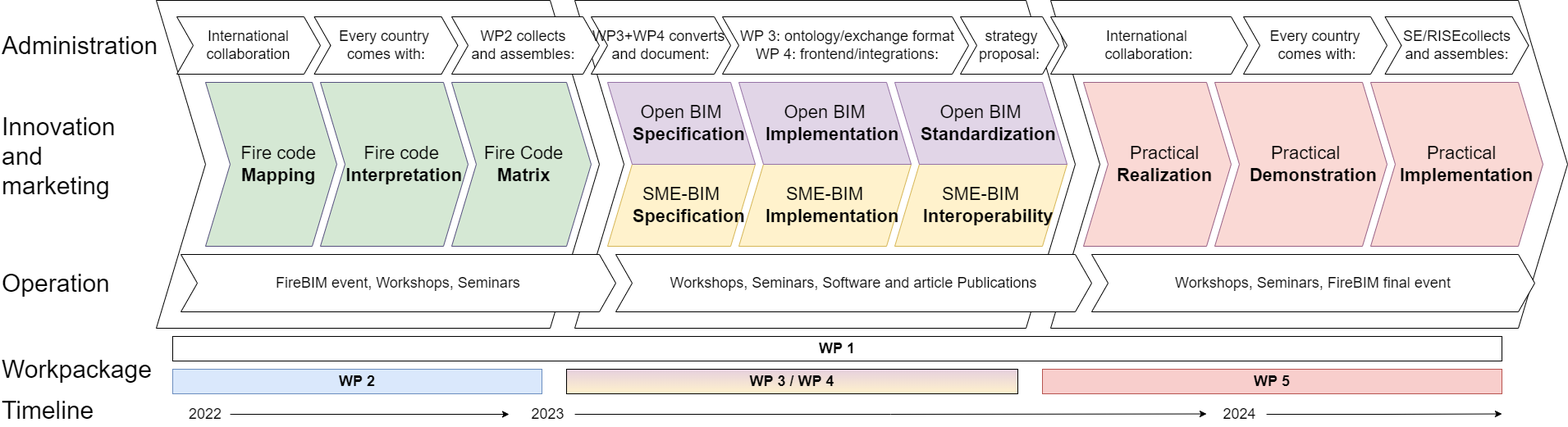
This is diagram/FireBIM.drawio.png from Kristoffernegendahl/fireBIM, a draw.io export, as it was before one commit. Source tidied: cells renumbered, new cells last; positions are measured from the earlier drawing's top-left corner, leaving out a move shared by most shapes.
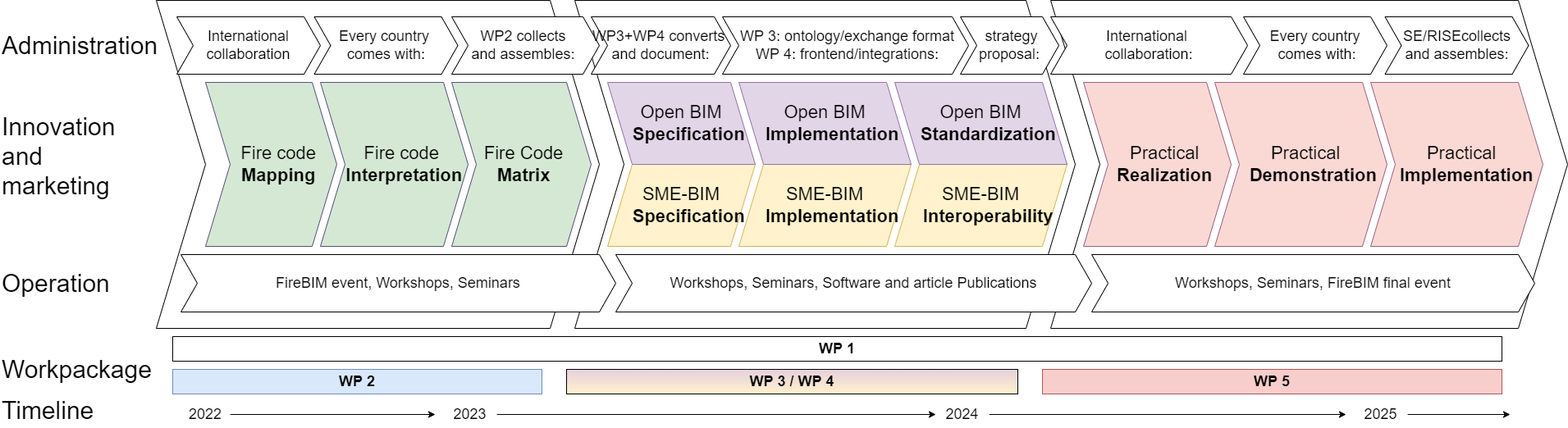
After the commit.

The edit, as a diff of the source:
```diff
@@ -94,7 +94,7 @@
     </mxCell>
     <mxCell id="32" style="edgeStyle=orthogonalEdgeStyle;rounded=0;jettySize=auto;html=1;exitX=1;exitY=0.5;exitDx=0;exitDy=0;" parent="1" edge="1" source="33">
       <mxGeometry relative="1" as="geometry">
-        <mxPoint x="620" y="505" as="targetPoint" />
+        <mxPoint x="530" y="505" as="targetPoint" />
       </mxGeometry>
     </mxCell>
     <mxCell id="33" value="&lt;font style=&quot;font-size: 18px&quot;&gt;2022&lt;/font&gt;" style="shape=step;perimeter=stepPerimeter;whiteSpace=wrap;html=1;fixedSize=1;size=20;strokeColor=none;" parent="1" vertex="1">
@@ -102,19 +102,19 @@
     </mxCell>
     <mxCell id="34" style="edgeStyle=orthogonalEdgeStyle;rounded=0;jettySize=auto;html=1;exitX=1;exitY=0.5;exitDx=0;exitDy=0;" parent="1" edge="1" source="35">
       <mxGeometry relative="1" as="geometry">
-        <mxPoint x="1470" y="504.5" as="targetPoint" />
+        <mxPoint x="1140" y="505" as="targetPoint" />
       </mxGeometry>
     </mxCell>
     <mxCell id="35" value="&lt;font style=&quot;font-size: 18px&quot;&gt;2023&lt;/font&gt;" style="shape=step;perimeter=stepPerimeter;whiteSpace=wrap;html=1;fixedSize=1;size=20;strokeColor=none;" parent="1" vertex="1">
-      <mxGeometry x="635" y="490" width="65" height="30" as="geometry" />
+      <mxGeometry x="540" y="490" width="65" height="30" as="geometry" />
     </mxCell>
     <mxCell id="36" style="edgeStyle=orthogonalEdgeStyle;rounded=0;jettySize=auto;html=1;exitX=1;exitY=0.5;exitDx=0;exitDy=0;" parent="1" edge="1" source="37">
       <mxGeometry relative="1" as="geometry">
-        <mxPoint x="1830" y="504.5" as="targetPoint" />
+        <mxPoint x="1640" y="505" as="targetPoint" />
       </mxGeometry>
     </mxCell>
     <mxCell id="37" value="&lt;font style=&quot;font-size: 18px&quot;&gt;2024&lt;/font&gt;" style="shape=step;perimeter=stepPerimeter;whiteSpace=wrap;html=1;fixedSize=1;size=20;strokeColor=none;" parent="1" vertex="1">
-      <mxGeometry x="1478" y="490" width="65" height="30" as="geometry" />
+      <mxGeometry x="1140" y="490" width="65" height="30" as="geometry" />
     </mxCell>
     <mxCell id="38" value="&lt;span style=&quot;font-size: 22px&quot;&gt;SME-&lt;/span&gt;&lt;span style=&quot;font-size: 22px&quot;&gt;BIM&lt;/span&gt;&lt;span style=&quot;font-size: 22px&quot;&gt;&lt;br&gt;&lt;/span&gt;&lt;div style=&quot;font-size: 22px&quot;&gt;&amp;nbsp; &amp;nbsp;&lt;b&gt;Implementation&lt;/b&gt;&lt;/div&gt;" style="shape=parallelogram;perimeter=parallelogramPerimeter;whiteSpace=wrap;html=1;fixedSize=1;size=30;fillColor=#fff2cc;strokeColor=#d6b656;" parent="1" vertex="1">
       <mxGeometry x="900" y="200" width="210" height="100" as="geometry" />
@@ -134,5 +134,13 @@
     <mxCell id="43" value="&lt;font style=&quot;font-size: 30px&quot;&gt;Timeline&lt;/font&gt;" style="text;html=1;strokeColor=none;fillColor=none;align=left;verticalAlign=middle;whiteSpace=wrap;rounded=0;" parent="1" vertex="1">
       <mxGeometry y="490" width="40" height="20" as="geometry" />
     </mxCell>
+    <mxCell id="44" style="edgeStyle=orthogonalEdgeStyle;rounded=0;jettySize=auto;html=1;exitX=1;exitY=0.5;exitDx=0;exitDy=0;" parent="1" edge="1" source="45">
+      <mxGeometry relative="1" as="geometry">
+        <mxPoint x="1840" y="505" as="targetPoint" />
+      </mxGeometry>
+    </mxCell>
+    <mxCell id="45" value="&lt;font style=&quot;font-size: 18px&quot;&gt;2025&lt;/font&gt;" style="shape=step;perimeter=stepPerimeter;whiteSpace=wrap;html=1;fixedSize=1;size=20;strokeColor=none;" parent="1" vertex="1">
+      <mxGeometry x="1650" y="490" width="65" height="30" as="geometry" />
+    </mxCell>
   </root>
 </mxGraphModel>
```
